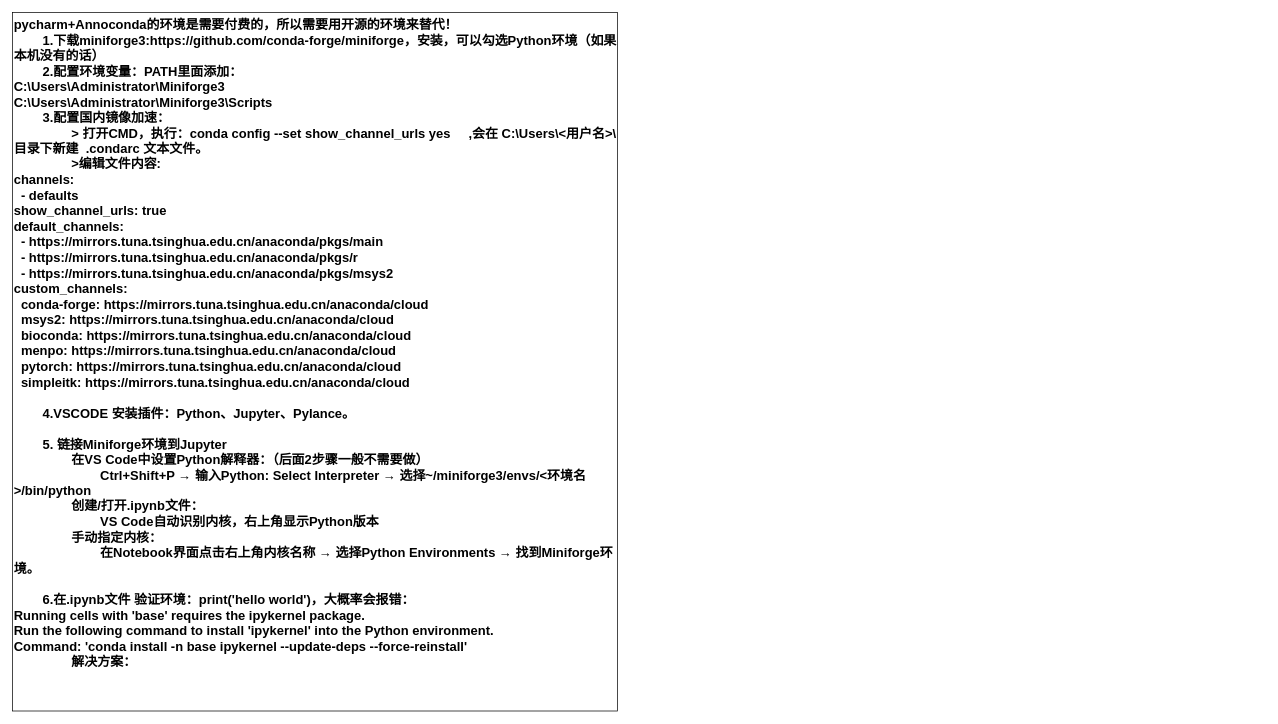
Earlier version of the draw.io diagram AI/Python.drawio (KGwolf/MyDraw). Source tidied: cells renumbered, new cells numbered last; positions are measured from the earlier drawing's top-left corner, leaving out a move shared by most shapes. Both pictures are drawn from the tidied source at 72%, with x=0, y=0 at pixel (12, 12).
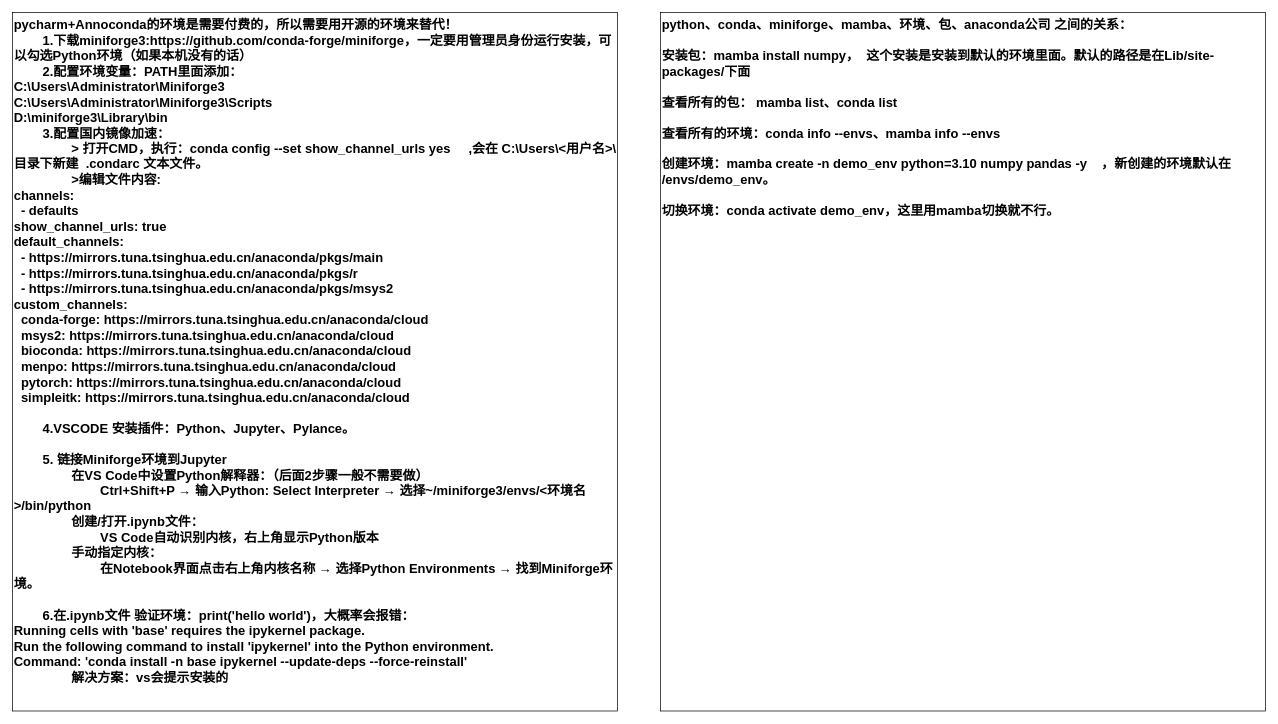
The same page after the edit.

Change to the diagram source:
```diff
@@
 <mxGraphModel>
   <root>
     <mxCell id="0" />
     <mxCell id="1" parent="0" />
-    <mxCell id="2" value="pycharm+Annoconda的环境是需要付费的，所以需要用开源的环境来替代！&lt;div&gt;&lt;span style=&quot;white-space: pre;&quot;&gt;&#9;&lt;/span&gt;1.下载&lt;span style=&quot;background-color: transparent; color: light-dark(rgb(0, 0, 0), rgb(255, 255, 255));&quot;&gt;miniforge3:&lt;/span&gt;&lt;span style=&quot;background-color: transparent; color: light-dark(rgb(0, 0, 0), rgb(255, 255, 255));&quot;&gt;https://github.com/conda-forge/miniforge，安装，可以勾选Python环境（如果本机没有的话）&lt;/span&gt;&lt;/div&gt;&lt;div&gt;&lt;span style=&quot;background-color: transparent; color: light-dark(rgb(0, 0, 0), rgb(255, 255, 255));&quot;&gt;&lt;span style=&quot;white-space: pre;&quot;&gt;&#9;&lt;/span&gt;2.配置环境变量：PATH里面添加：&lt;br&gt;&lt;/span&gt;&lt;/div&gt;&lt;div&gt;&lt;span style=&quot;background-color: transparent;&quot;&gt;&lt;div style=&quot;&quot;&gt;C:\Users\Administrator\Miniforge3&lt;/div&gt;&lt;div style=&quot;&quot;&gt;C:\Users\Administrator\Miniforge3\Scripts&lt;/div&gt;&lt;/span&gt;&lt;/div&gt;&lt;div&gt;&lt;span style=&quot;background-color: transparent; color: light-dark(rgb(0, 0, 0), rgb(255, 255, 255));&quot;&gt;&lt;span style=&quot;white-space: pre;&quot;&gt;&#9;&lt;/span&gt;3.&lt;/span&gt;&lt;span style=&quot;background-color: transparent;&quot;&gt;配置国内镜像加速：&lt;/span&gt;&lt;span style=&quot;background-color: transparent; color: light-dark(rgb(0, 0, 0), rgb(255, 255, 255));&quot;&gt;&lt;br&gt;&lt;/span&gt;&lt;/div&gt;&lt;div&gt;&lt;span style=&quot;background-color: transparent;&quot;&gt;&lt;span style=&quot;white-space: pre;&quot;&gt;&#9;&lt;/span&gt;&lt;span style=&quot;white-space: pre;&quot;&gt;&#9;&lt;/span&gt;&amp;gt; 打开CMD，执行：&lt;/span&gt;&lt;span style=&quot;background-color: transparent;&quot;&gt;conda config --set show_channel_urls yes&amp;nbsp; &amp;nbsp; &amp;nbsp;,会&lt;/span&gt;&lt;span style=&quot;background-color: transparent;&quot;&gt;在 C:\Users\&amp;lt;用户名&amp;gt;\ 目录下新建&amp;nbsp; .condarc 文本文件。&lt;/span&gt;&lt;span style=&quot;background-color: transparent;&quot;&gt;&lt;br&gt;&lt;/span&gt;&lt;/div&gt;&lt;div&gt;&lt;span style=&quot;background-color: transparent;&quot;&gt;&lt;span style=&quot;white-space: pre;&quot;&gt;&#9;&lt;/span&gt;&lt;span style=&quot;white-space: pre;&quot;&gt;&#9;&lt;/span&gt;&amp;gt;&lt;/span&gt;&lt;span style=&quot;background-color: transparent;&quot;&gt;编辑文件内容:&lt;/span&gt;&lt;span style=&quot;background-color: transparent;&quot;&gt;&lt;br&gt;&lt;/span&gt;&lt;/div&gt;&lt;div&gt;&lt;span style=&quot;background-color: transparent;&quot;&gt;&lt;div&gt;channels:&lt;/div&gt;&lt;div&gt;&amp;nbsp; - defaults&lt;/div&gt;&lt;div&gt;show_channel_urls: true&lt;/div&gt;&lt;div&gt;default_channels:&lt;/div&gt;&lt;div&gt;&amp;nbsp; - https://mirrors.tuna.tsinghua.edu.cn/anaconda/pkgs/main&lt;/div&gt;&lt;div&gt;&amp;nbsp; - https://mirrors.tuna.tsinghua.edu.cn/anaconda/pkgs/r&lt;/div&gt;&lt;div&gt;&amp;nbsp; - https://mirrors.tuna.tsinghua.edu.cn/anaconda/pkgs/msys2&lt;/div&gt;&lt;div&gt;custom_channels:&lt;/div&gt;&lt;div&gt;&amp;nbsp; conda-forge: https://mirrors.tuna.tsinghua.edu.cn/anaconda/cloud&lt;/div&gt;&lt;div&gt;&amp;nbsp; msys2: https://mirrors.tuna.tsinghua.edu.cn/anaconda/cloud&lt;/div&gt;&lt;div&gt;&amp;nbsp; bioconda: https://mirrors.tuna.tsinghua.edu.cn/anaconda/cloud&lt;/div&gt;&lt;div&gt;&amp;nbsp; menpo: https://mirrors.tuna.tsinghua.edu.cn/anaconda/cloud&lt;/div&gt;&lt;div&gt;&amp;nbsp; pytorch: https://mirrors.tuna.tsinghua.edu.cn/anaconda/cloud&lt;/div&gt;&lt;div&gt;&amp;nbsp; simpleitk: https://mirrors.tuna.tsinghua.edu.cn/anaconda/cloud&lt;/div&gt;&lt;div&gt;&lt;span style=&quot;white-space: pre;&quot;&gt;&#9;&lt;/span&gt;&lt;br&gt;&lt;/div&gt;&lt;div&gt;&lt;span style=&quot;white-space: pre;&quot;&gt;&#9;&lt;/span&gt;4.VSCODE 安装插件：Python、Jupyter、Pylance。&lt;/div&gt;&lt;div&gt;&lt;br&gt;&lt;/div&gt;&lt;div&gt;&lt;span style=&quot;white-space: pre;&quot;&gt;&#9;&lt;/span&gt;5&lt;span style=&quot;background-color: transparent;&quot;&gt;. 链接Miniforge环境到Jupyter&lt;br&gt;&lt;span style=&quot;white-space: pre;&quot;&gt;&#9;&lt;/span&gt;&lt;span style=&quot;white-space: pre;&quot;&gt;&#9;&lt;/span&gt;在VS Code中设置Python解释器：（后面2步骤一般不需要做）&lt;br&gt;&lt;span style=&quot;white-space: pre;&quot;&gt;&#9;&lt;/span&gt;&lt;span style=&quot;white-space: pre;&quot;&gt;&#9;&lt;/span&gt;&lt;span style=&quot;white-space: pre;&quot;&gt;&#9;&lt;/span&gt;Ctrl+Shift+P → 输入Python: Select Interpreter → 选择~/miniforge3/envs/&amp;lt;环境名&amp;gt;/bin/python&lt;br&gt;&lt;span style=&quot;white-space: pre;&quot;&gt;&#9;&lt;/span&gt;&lt;span style=&quot;white-space: pre;&quot;&gt;&#9;&lt;/span&gt;创建/打开.ipynb文件：&lt;br&gt;&lt;span style=&quot;white-space: pre;&quot;&gt;&#9;&lt;/span&gt;&lt;span style=&quot;white-space: pre;&quot;&gt;&#9;&lt;span style=&quot;white-space: pre;&quot;&gt;&#9;&lt;/span&gt;&lt;/span&gt;VS Code自动识别内核，右上角显示Python版本&lt;br&gt;&lt;span style=&quot;white-space: pre;&quot;&gt;&#9;&lt;/span&gt;&lt;span style=&quot;white-space: pre;&quot;&gt;&#9;&lt;/span&gt;手动指定内核：&lt;br&gt;&lt;span style=&quot;white-space: pre;&quot;&gt;&#9;&lt;/span&gt;&lt;span style=&quot;white-space: pre;&quot;&gt;&#9;&lt;/span&gt;&lt;span style=&quot;white-space: pre;&quot;&gt;&#9;&lt;/span&gt;在Notebook界面点击右上角内核名称 → 选择Python Environments → 找到Miniforge环境。&lt;/span&gt;&lt;br&gt;&lt;/div&gt;&lt;div&gt;&lt;span style=&quot;background-color: transparent;&quot;&gt;&lt;br&gt;&lt;/span&gt;&lt;/div&gt;&lt;div&gt;&lt;span style=&quot;background-color: transparent;&quot;&gt;&lt;span style=&quot;white-space: pre;&quot;&gt;&#9;&lt;/span&gt;6.在&lt;/span&gt;&lt;span style=&quot;background-color: transparent; color: light-dark(rgb(0, 0, 0), rgb(255, 255, 255));&quot;&gt;.ipynb文件 验证环境：print('hello world')，大概率会报错：&lt;/span&gt;&lt;span style=&quot;background-color: transparent;&quot;&gt;&lt;br&gt;&lt;/span&gt;&lt;/div&gt;&lt;div&gt;&lt;span style=&quot;background-color: transparent;&quot;&gt;&lt;div style=&quot;&quot;&gt;Running cells with 'base' requires the ipykernel package.&lt;/div&gt;&lt;div style=&quot;&quot;&gt;Run the following command to install 'ipykernel' into the Python environment.&amp;nbsp;&lt;/div&gt;&lt;div style=&quot;&quot;&gt;Command: 'conda install -n base ipykernel --update-deps --force-reinstall'&lt;/div&gt;&lt;div style=&quot;&quot;&gt;&lt;span style=&quot;white-space: pre;&quot;&gt;&#9;&lt;/span&gt;&lt;span style=&quot;white-space: pre;&quot;&gt;&#9;&lt;/span&gt;解决方案：&lt;br&gt;&lt;/div&gt;&lt;/span&gt;&lt;/div&gt;&lt;/span&gt;&lt;/div&gt;" style="rounded=0;whiteSpace=wrap;html=1;fontSize=18;fontStyle=1;align=left;verticalAlign=top;" parent="1" vertex="1">
+    <mxCell id="2" value="pycharm+Annoconda的环境是需要付费的，所以需要用开源的环境来替代！&lt;div&gt;&lt;span style=&quot;white-space: pre;&quot;&gt;&#9;&lt;/span&gt;1.下载&lt;span style=&quot;background-color: transparent; color: light-dark(rgb(0, 0, 0), rgb(255, 255, 255));&quot;&gt;miniforge3:&lt;/span&gt;&lt;span style=&quot;background-color: transparent; color: light-dark(rgb(0, 0, 0), rgb(255, 255, 255));&quot;&gt;https://github.com/conda-forge/miniforge，一定要用管理员身份运行安装，可以勾选Python环境（如果本机没有的话）&lt;/span&gt;&lt;/div&gt;&lt;div&gt;&lt;span style=&quot;background-color: transparent; color: light-dark(rgb(0, 0, 0), rgb(255, 255, 255));&quot;&gt;&lt;span style=&quot;white-space: pre;&quot;&gt;&#9;&lt;/span&gt;2.配置环境变量：PATH里面添加：&lt;br&gt;&lt;/span&gt;&lt;/div&gt;&lt;div&gt;&lt;span style=&quot;background-color: transparent;&quot;&gt;&lt;div style=&quot;&quot;&gt;C:\Users\Administrator\Miniforge3&lt;/div&gt;&lt;div style=&quot;&quot;&gt;C:\Users\Administrator\Miniforge3\Scripts&lt;/div&gt;&lt;div style=&quot;&quot;&gt;D:\miniforge3\Library\bin&lt;/div&gt;&lt;/span&gt;&lt;/div&gt;&lt;div&gt;&lt;span style=&quot;background-color: transparent; color: light-dark(rgb(0, 0, 0), rgb(255, 255, 255));&quot;&gt;&lt;span style=&quot;white-space: pre;&quot;&gt;&#9;&lt;/span&gt;3.&lt;/span&gt;&lt;span style=&quot;background-color: transparent;&quot;&gt;配置国内镜像加速：&lt;/span&gt;&lt;span style=&quot;background-color: transparent; color: light-dark(rgb(0, 0, 0), rgb(255, 255, 255));&quot;&gt;&lt;br&gt;&lt;/span&gt;&lt;/div&gt;&lt;div&gt;&lt;span style=&quot;background-color: transparent;&quot;&gt;&lt;span style=&quot;white-space: pre;&quot;&gt;&#9;&lt;/span&gt;&lt;span style=&quot;white-space: pre;&quot;&gt;&#9;&lt;/span&gt;&amp;gt; 打开CMD，执行：&lt;/span&gt;&lt;span style=&quot;background-color: transparent;&quot;&gt;conda config --set show_channel_urls yes&amp;nbsp; &amp;nbsp; &amp;nbsp;,会&lt;/span&gt;&lt;span style=&quot;background-color: transparent;&quot;&gt;在 C:\Users\&amp;lt;用户名&amp;gt;\ 目录下新建&amp;nbsp; .condarc 文本文件。&lt;/span&gt;&lt;span style=&quot;background-color: transparent;&quot;&gt;&lt;br&gt;&lt;/span&gt;&lt;/div&gt;&lt;div&gt;&lt;span style=&quot;background-color: transparent;&quot;&gt;&lt;span style=&quot;white-space: pre;&quot;&gt;&#9;&lt;/span&gt;&lt;span style=&quot;white-space: pre;&quot;&gt;&#9;&lt;/span&gt;&amp;gt;&lt;/span&gt;&lt;span style=&quot;background-color: transparent;&quot;&gt;编辑文件内容:&lt;/span&gt;&lt;span style=&quot;background-color: transparent;&quot;&gt;&lt;br&gt;&lt;/span&gt;&lt;/div&gt;&lt;div&gt;&lt;span style=&quot;background-color: transparent;&quot;&gt;&lt;div&gt;channels:&lt;/div&gt;&lt;div&gt;&amp;nbsp; - defaults&lt;/div&gt;&lt;div&gt;show_channel_urls: true&lt;/div&gt;&lt;div&gt;default_channels:&lt;/div&gt;&lt;div&gt;&amp;nbsp; - https://mirrors.tuna.tsinghua.edu.cn/anaconda/pkgs/main&lt;/div&gt;&lt;div&gt;&amp;nbsp; - https://mirrors.tuna.tsinghua.edu.cn/anaconda/pkgs/r&lt;/div&gt;&lt;div&gt;&amp;nbsp; - https://mirrors.tuna.tsinghua.edu.cn/anaconda/pkgs/msys2&lt;/div&gt;&lt;div&gt;custom_channels:&lt;/div&gt;&lt;div&gt;&amp;nbsp; conda-forge: https://mirrors.tuna.tsinghua.edu.cn/anaconda/cloud&lt;/div&gt;&lt;div&gt;&amp;nbsp; msys2: https://mirrors.tuna.tsinghua.edu.cn/anaconda/cloud&lt;/div&gt;&lt;div&gt;&amp;nbsp; bioconda: https://mirrors.tuna.tsinghua.edu.cn/anaconda/cloud&lt;/div&gt;&lt;div&gt;&amp;nbsp; menpo: https://mirrors.tuna.tsinghua.edu.cn/anaconda/cloud&lt;/div&gt;&lt;div&gt;&amp;nbsp; pytorch: https://mirrors.tuna.tsinghua.edu.cn/anaconda/cloud&lt;/div&gt;&lt;div&gt;&amp;nbsp; simpleitk: https://mirrors.tuna.tsinghua.edu.cn/anaconda/cloud&lt;/div&gt;&lt;div&gt;&lt;span style=&quot;white-space: pre;&quot;&gt;&#9;&lt;/span&gt;&lt;br&gt;&lt;/div&gt;&lt;div&gt;&lt;span style=&quot;white-space: pre;&quot;&gt;&#9;&lt;/span&gt;4.VSCODE 安装插件：Python、Jupyter、Pylance。&lt;/div&gt;&lt;div&gt;&lt;br&gt;&lt;/div&gt;&lt;div&gt;&lt;span style=&quot;white-space: pre;&quot;&gt;&#9;&lt;/span&gt;5&lt;span style=&quot;background-color: transparent;&quot;&gt;. 链接Miniforge环境到Jupyter&lt;br&gt;&lt;span style=&quot;white-space: pre;&quot;&gt;&#9;&lt;/span&gt;&lt;span style=&quot;white-space: pre;&quot;&gt;&#9;&lt;/span&gt;在VS Code中设置Python解释器：（后面2步骤一般不需要做）&lt;br&gt;&lt;span style=&quot;white-space: pre;&quot;&gt;&#9;&lt;/span&gt;&lt;span style=&quot;white-space: pre;&quot;&gt;&#9;&lt;/span&gt;&lt;span style=&quot;white-space: pre;&quot;&gt;&#9;&lt;/span&gt;Ctrl+Shift+P → 输入Python: Select Interpreter → 选择~/miniforge3/envs/&amp;lt;环境名&amp;gt;/bin/python&lt;br&gt;&lt;span style=&quot;white-space: pre;&quot;&gt;&#9;&lt;/span&gt;&lt;span style=&quot;white-space: pre;&quot;&gt;&#9;&lt;/span&gt;创建/打开.ipynb文件：&lt;br&gt;&lt;span style=&quot;white-space: pre;&quot;&gt;&#9;&lt;/span&gt;&lt;span style=&quot;white-space: pre;&quot;&gt;&#9;&lt;span style=&quot;white-space: pre;&quot;&gt;&#9;&lt;/span&gt;&lt;/span&gt;VS Code自动识别内核，右上角显示Python版本&lt;br&gt;&lt;span style=&quot;white-space: pre;&quot;&gt;&#9;&lt;/span&gt;&lt;span style=&quot;white-space: pre;&quot;&gt;&#9;&lt;/span&gt;手动指定内核：&lt;br&gt;&lt;span style=&quot;white-space: pre;&quot;&gt;&#9;&lt;/span&gt;&lt;span style=&quot;white-space: pre;&quot;&gt;&#9;&lt;/span&gt;&lt;span style=&quot;white-space: pre;&quot;&gt;&#9;&lt;/span&gt;在Notebook界面点击右上角内核名称 → 选择Python Environments → 找到Miniforge环境。&lt;/span&gt;&lt;br&gt;&lt;/div&gt;&lt;div&gt;&lt;span style=&quot;background-color: transparent;&quot;&gt;&lt;br&gt;&lt;/span&gt;&lt;/div&gt;&lt;div&gt;&lt;span style=&quot;background-color: transparent;&quot;&gt;&lt;span style=&quot;white-space: pre;&quot;&gt;&#9;&lt;/span&gt;6.在&lt;/span&gt;&lt;span style=&quot;background-color: transparent; color: light-dark(rgb(0, 0, 0), rgb(255, 255, 255));&quot;&gt;.ipynb文件 验证环境：print('hello world')，大概率会报错：&lt;/span&gt;&lt;span style=&quot;background-color: transparent;&quot;&gt;&lt;br&gt;&lt;/span&gt;&lt;/div&gt;&lt;div&gt;&lt;span style=&quot;background-color: transparent;&quot;&gt;&lt;div style=&quot;&quot;&gt;Running cells with 'base' requires the ipykernel package.&lt;/div&gt;&lt;div style=&quot;&quot;&gt;Run the following command to install 'ipykernel' into the Python environment.&amp;nbsp;&lt;/div&gt;&lt;div style=&quot;&quot;&gt;Command: 'conda install -n base ipykernel --update-deps --force-reinstall'&lt;/div&gt;&lt;div style=&quot;&quot;&gt;&lt;span style=&quot;white-space: pre;&quot;&gt;&#9;&lt;/span&gt;&lt;span style=&quot;white-space: pre;&quot;&gt;&#9;&lt;/span&gt;解决方案：vs会提示安装的&lt;br&gt;&lt;/div&gt;&lt;/span&gt;&lt;/div&gt;&lt;/span&gt;&lt;/div&gt;" style="rounded=0;whiteSpace=wrap;html=1;fontSize=18;fontStyle=1;align=left;verticalAlign=top;" parent="1" vertex="1">
       <mxGeometry width="840" height="970" as="geometry" />
     </mxCell>
+    <mxCell id="3" value="&lt;span style=&quot;background-color: transparent;&quot;&gt;&lt;span style=&quot;background-color: transparent;&quot;&gt;&lt;div style=&quot;&quot;&gt;python、conda、miniforge、mamba、环境、包、anaconda公司 之间的关系：&lt;/div&gt;&lt;div style=&quot;&quot;&gt;&lt;br&gt;&lt;/div&gt;&lt;div style=&quot;&quot;&gt;安装包：mamba install numpy，&amp;nbsp; 这个安装是安装到默认的环境里面。默认的路径是在Lib/site-packages/下面&lt;/div&gt;&lt;div style=&quot;&quot;&gt;&lt;br&gt;&lt;/div&gt;&lt;div style=&quot;&quot;&gt;查看所有的包： mamba list、conda list&lt;/div&gt;&lt;div style=&quot;&quot;&gt;&lt;br&gt;&lt;/div&gt;&lt;div style=&quot;&quot;&gt;查看所有的环境：conda info --envs、mamba info --envs&lt;/div&gt;&lt;div style=&quot;&quot;&gt;&lt;br&gt;&lt;/div&gt;&lt;div style=&quot;&quot;&gt;创建环境：mamba create -n demo_env python=3.10 numpy pandas -y&amp;nbsp; &amp;nbsp; ，新创建的环境默认在 /envs/demo_env。&lt;/div&gt;&lt;div style=&quot;&quot;&gt;&lt;br&gt;&lt;/div&gt;&lt;div style=&quot;&quot;&gt;切换环境：conda activate demo_env，这里用mamba切换就不行。&lt;/div&gt;&lt;/span&gt;&lt;/span&gt;" style="rounded=0;whiteSpace=wrap;html=1;fontSize=18;fontStyle=1;align=left;verticalAlign=top;" parent="1" vertex="1">
+      <mxGeometry x="900" width="840" height="970" as="geometry" />
+    </mxCell>
   </root>
 </mxGraphModel>
```
